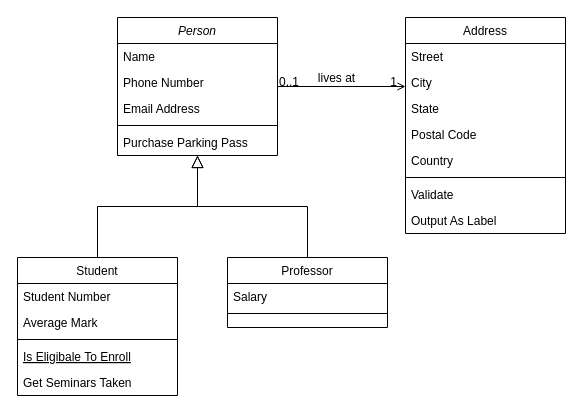
Before: Final Project - Class Diagram.drawio in Prot0ast/Repository-Name, a draw.io diagram. Source tidied: cells renumbered, new cells numbered last; positions are measured from the earlier drawing's top-left corner, leaving out a move shared by most shapes. Both pictures are drawn from the tidied source at 100%, with x=0, y=0 at pixel (17, 17).
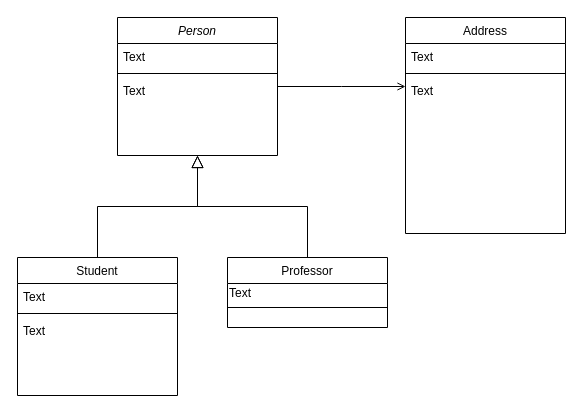
Above is the later version.

Unchanged cells that the change refers to:
```xml
<mxCell id="2" value="Person" style="swimlane;fontStyle=2;align=center;verticalAlign=top;horizontal=1;startSize=26;rounded=0;shadow=0;strokeWidth=1;" parent="1" vertex="1">
  <mxGeometry x="100" width="160" height="138" as="geometry" />
</mxCell>
<mxCell id="8" value="Student" style="swimlane;fontStyle=0;align=center;verticalAlign=top;horizontal=1;startSize=26;rounded=0;shadow=0;strokeWidth=1;" parent="1" vertex="1">
  <mxGeometry y="240" width="160" height="138" as="geometry" />
</mxCell>
<mxCell id="15" value="Professor" style="swimlane;fontStyle=0;align=center;verticalAlign=top;horizontal=1;startSize=26;rounded=0;shadow=0;strokeWidth=1;" parent="1" vertex="1">
  <mxGeometry x="210" y="240" width="160" height="70" as="geometry" />
</mxCell>
<mxCell id="19" value="Address" style="swimlane;fontStyle=0;align=center;verticalAlign=top;horizontal=1;startSize=26;rounded=0;shadow=0;strokeWidth=1;" parent="1" vertex="1">
  <mxGeometry x="388" width="160" height="216" as="geometry" />
</mxCell>
<mxCell id="28" style="endArrow=open;shadow=0;strokeWidth=1;rounded=0;endFill=1;edgeStyle=elbowEdgeStyle;elbow=vertical;" parent="1" edge="1" source="2" target="19">
  <mxGeometry x="0.5" y="41" relative="1" as="geometry">
    <mxPoint x="-40" y="32" as="offset" />
  </mxGeometry>
</mxCell>
```

What changed in the source:
```diff
@@
-    <mxCell id="3" value="Name" style="text;align=left;verticalAlign=top;spacingLeft=4;spacingRight=4;overflow=hidden;" parent="2" vertex="1">
+    <mxCell id="3" value="Text" style="text;align=left;verticalAlign=top;spacingLeft=4;spacingRight=4;overflow=hidden;" parent="2" vertex="1">
       <mxGeometry y="26" width="160" height="26" as="geometry" />
     </mxCell>
-    <mxCell id="4" value="Phone Number" style="text;align=left;verticalAlign=top;spacingLeft=4;spacingRight=4;overflow=hidden;rounded=0;shadow=0;html=0;" parent="2" vertex="1">
-      <mxGeometry y="52" width="160" height="26" as="geometry" />
-    </mxCell>
-    <mxCell id="5" value="Email Address" style="text;align=left;verticalAlign=top;spacingLeft=4;spacingRight=4;overflow=hidden;rounded=0;shadow=0;html=0;" parent="2" vertex="1">
-      <mxGeometry y="78" width="160" height="26" as="geometry" />
-    </mxCell>
     <mxCell id="6" style="line;html=1;strokeWidth=1;align=left;verticalAlign=middle;spacingTop=-1;spacingLeft=3;spacingRight=3;labelPosition=right;" parent="2" vertex="1">
-      <mxGeometry y="104" width="160" height="8" as="geometry" />
+      <mxGeometry y="52" width="160" height="8" as="geometry" />
     </mxCell>
-    <mxCell id="7" value="Purchase Parking Pass" style="text;align=left;verticalAlign=top;spacingLeft=4;spacingRight=4;overflow=hidden;" parent="2" vertex="1">
-      <mxGeometry y="112" width="160" height="26" as="geometry" />
+    <mxCell id="7" value="Text" style="text;align=left;verticalAlign=top;spacingLeft=4;spacingRight=4;overflow=hidden;" parent="2" vertex="1">
+      <mxGeometry y="60" width="160" height="26" as="geometry" />
     </mxCell>
@@
-    <mxCell id="9" value="Student Number" style="text;align=left;verticalAlign=top;spacingLeft=4;spacingRight=4;overflow=hidden;" parent="8" vertex="1">
-      <mxGeometry y="26" width="160" height="26" as="geometry" />
-    </mxCell>
-    <mxCell id="10" value="Average Mark" style="text;align=left;verticalAlign=top;spacingLeft=4;spacingRight=4;overflow=hidden;rounded=0;shadow=0;html=0;" parent="8" vertex="1">
-      <mxGeometry y="52" width="160" height="26" as="geometry" />
+    <mxCell id="10" value="Text" style="text;align=left;verticalAlign=top;spacingLeft=4;spacingRight=4;overflow=hidden;rounded=0;shadow=0;html=0;" parent="8" vertex="1">
+      <mxGeometry y="26" width="160" height="26" as="geometry" />
     </mxCell>
     <mxCell id="11" style="line;html=1;strokeWidth=1;align=left;verticalAlign=middle;spacingTop=-1;spacingLeft=3;spacingRight=3;labelPosition=right;" parent="8" vertex="1">
-      <mxGeometry y="78" width="160" height="8" as="geometry" />
+      <mxGeometry y="52" width="160" height="8" as="geometry" />
     </mxCell>
-    <mxCell id="12" value="Is Eligibale To Enroll" style="text;align=left;verticalAlign=top;spacingLeft=4;spacingRight=4;overflow=hidden;fontStyle=4;" parent="8" vertex="1">
-      <mxGeometry y="86" width="160" height="26" as="geometry" />
-    </mxCell>
-    <mxCell id="13" value="Get Seminars Taken" style="text;align=left;verticalAlign=top;spacingLeft=4;spacingRight=4;overflow=hidden;" parent="8" vertex="1">
-      <mxGeometry y="112" width="160" height="26" as="geometry" />
+    <mxCell id="13" value="Text" style="text;align=left;verticalAlign=top;spacingLeft=4;spacingRight=4;overflow=hidden;" parent="8" vertex="1">
+      <mxGeometry y="60" width="160" height="26" as="geometry" />
     </mxCell>
@@
-    <mxCell id="16" value="Salary" style="text;align=left;verticalAlign=top;spacingLeft=4;spacingRight=4;overflow=hidden;" parent="15" vertex="1">
-      <mxGeometry y="26" width="160" height="26" as="geometry" />
-    </mxCell>
+    <mxCell id="32" value="&lt;div align=&quot;left&quot;&gt;Text&lt;/div&gt;" style="text;html=1;strokeColor=none;fillColor=none;align=left;verticalAlign=middle;whiteSpace=wrap;rounded=0;" parent="15" vertex="1">
+      <mxGeometry y="26" width="160" height="20" as="geometry" />
+    </mxCell>
     <mxCell id="17" style="line;html=1;strokeWidth=1;align=left;verticalAlign=middle;spacingTop=-1;spacingLeft=3;spacingRight=3;labelPosition=right;" parent="15" vertex="1">
-      <mxGeometry y="52" width="160" height="8" as="geometry" />
+      <mxGeometry y="46" width="160" height="8" as="geometry" />
     </mxCell>
@@
-    <mxCell id="20" value="Street" style="text;align=left;verticalAlign=top;spacingLeft=4;spacingRight=4;overflow=hidden;" parent="19" vertex="1">
-      <mxGeometry y="26" width="160" height="26" as="geometry" />
-    </mxCell>
-    <mxCell id="21" value="City" style="text;align=left;verticalAlign=top;spacingLeft=4;spacingRight=4;overflow=hidden;rounded=0;shadow=0;html=0;" parent="19" vertex="1">
-      <mxGeometry y="52" width="160" height="26" as="geometry" />
-    </mxCell>
-    <mxCell id="22" value="State" style="text;align=left;verticalAlign=top;spacingLeft=4;spacingRight=4;overflow=hidden;rounded=0;shadow=0;html=0;" parent="19" vertex="1">
-      <mxGeometry y="78" width="160" height="26" as="geometry" />
-    </mxCell>
-    <mxCell id="23" value="Postal Code" style="text;align=left;verticalAlign=top;spacingLeft=4;spacingRight=4;overflow=hidden;rounded=0;shadow=0;html=0;" parent="19" vertex="1">
-      <mxGeometry y="104" width="160" height="26" as="geometry" />
-    </mxCell>
-    <mxCell id="24" value="Country" style="text;align=left;verticalAlign=top;spacingLeft=4;spacingRight=4;overflow=hidden;rounded=0;shadow=0;html=0;" parent="19" vertex="1">
-      <mxGeometry y="130" width="160" height="26" as="geometry" />
+    <mxCell id="24" value="Text" style="text;align=left;verticalAlign=top;spacingLeft=4;spacingRight=4;overflow=hidden;rounded=0;shadow=0;html=0;" parent="19" vertex="1">
+      <mxGeometry y="26" width="160" height="26" as="geometry" />
     </mxCell>
     <mxCell id="25" style="line;html=1;strokeWidth=1;align=left;verticalAlign=middle;spacingTop=-1;spacingLeft=3;spacingRight=3;labelPosition=right;" parent="19" vertex="1">
-      <mxGeometry y="156" width="160" height="8" as="geometry" />
+      <mxGeometry y="52" width="160" height="8" as="geometry" />
     </mxCell>
-    <mxCell id="26" value="Validate" style="text;align=left;verticalAlign=top;spacingLeft=4;spacingRight=4;overflow=hidden;" parent="19" vertex="1">
-      <mxGeometry y="164" width="160" height="26" as="geometry" />
-    </mxCell>
-    <mxCell id="27" value="Output As Label" style="text;align=left;verticalAlign=top;spacingLeft=4;spacingRight=4;overflow=hidden;" parent="19" vertex="1">
-      <mxGeometry y="190" width="160" height="26" as="geometry" />
+    <mxCell id="27" value="Text" style="text;align=left;verticalAlign=top;spacingLeft=4;spacingRight=4;overflow=hidden;" parent="19" vertex="1">
+      <mxGeometry y="60" width="160" height="26" as="geometry" />
     </mxCell>
@@
-    <mxCell id="29" value="0..1" style="align=left;verticalAlign=bottom;labelBackgroundColor=none;fontSize=12;" parent="28" vertex="1">
-      <mxGeometry x="-1" relative="1" as="geometry">
-        <mxPoint y="4" as="offset" />
-      </mxGeometry>
-    </mxCell>
-    <mxCell id="30" value="1" style="align=right;verticalAlign=bottom;labelBackgroundColor=none;fontSize=12;" parent="28" vertex="1">
-      <mxGeometry x="1" relative="1" as="geometry">
-        <mxPoint x="-7" y="4" as="offset" />
-      </mxGeometry>
-    </mxCell>
-    <mxCell id="31" value="lives at" style="text;html=1;align=center;verticalAlign=middle;labelBackgroundColor=none;rounded=0;shadow=0;strokeWidth=1;fontSize=12;" parent="28" vertex="1">
-      <mxGeometry x="0.5" y="49" relative="1" as="geometry">
-        <mxPoint x="-38" y="40" as="offset" />
-      </mxGeometry>
-    </mxCell>
```
